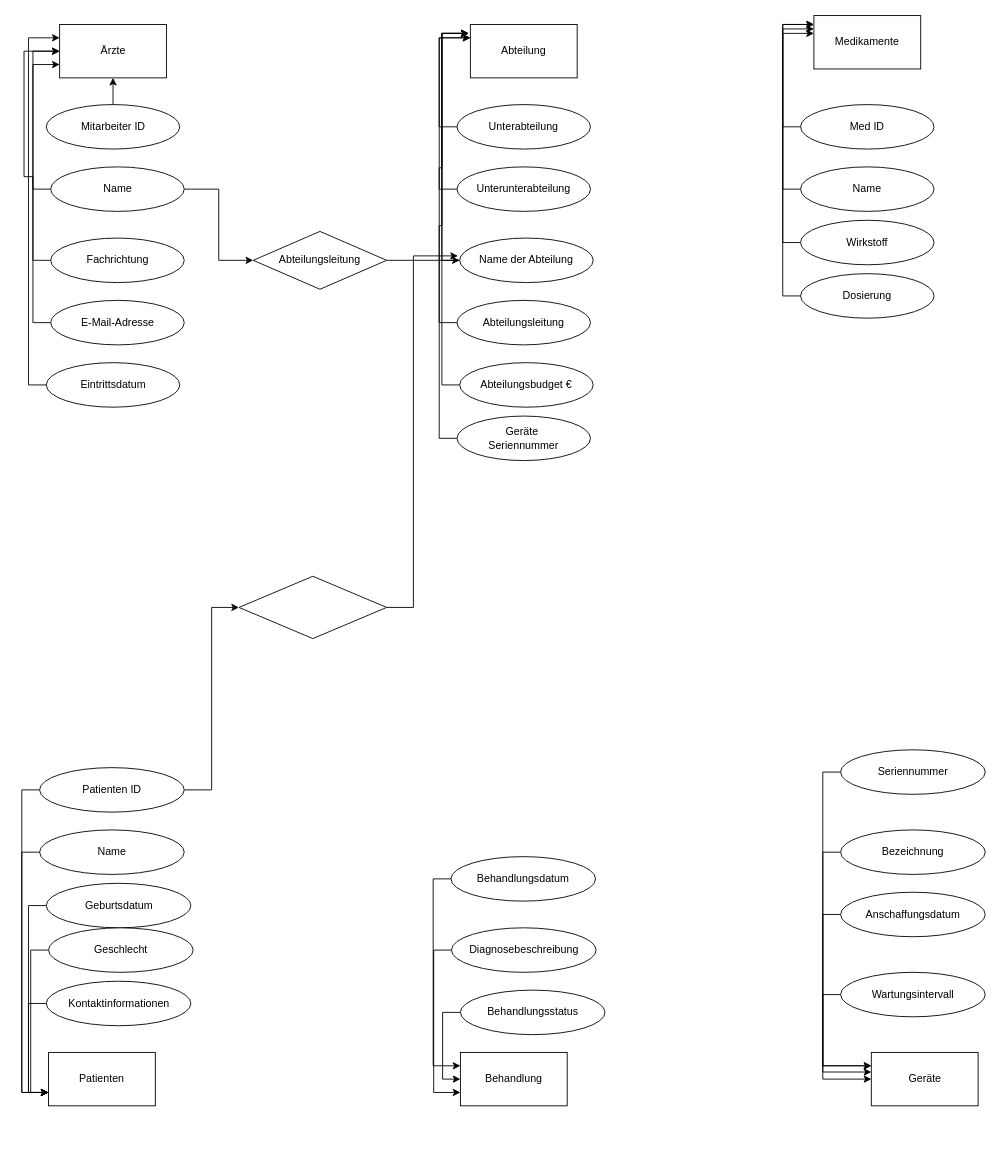
Above: aufgabe04/Aufgabe A.drawio in contraintuitiv/datenbanksysteme (draw.io), before the change. Source tidied: cells renumbered, new cells numbered last; positions are measured from the earlier drawing's top-left corner, leaving out a move shared by most shapes. Both pictures are drawn from the tidied source at 89%, with x=0, y=0 at pixel (23, 15).
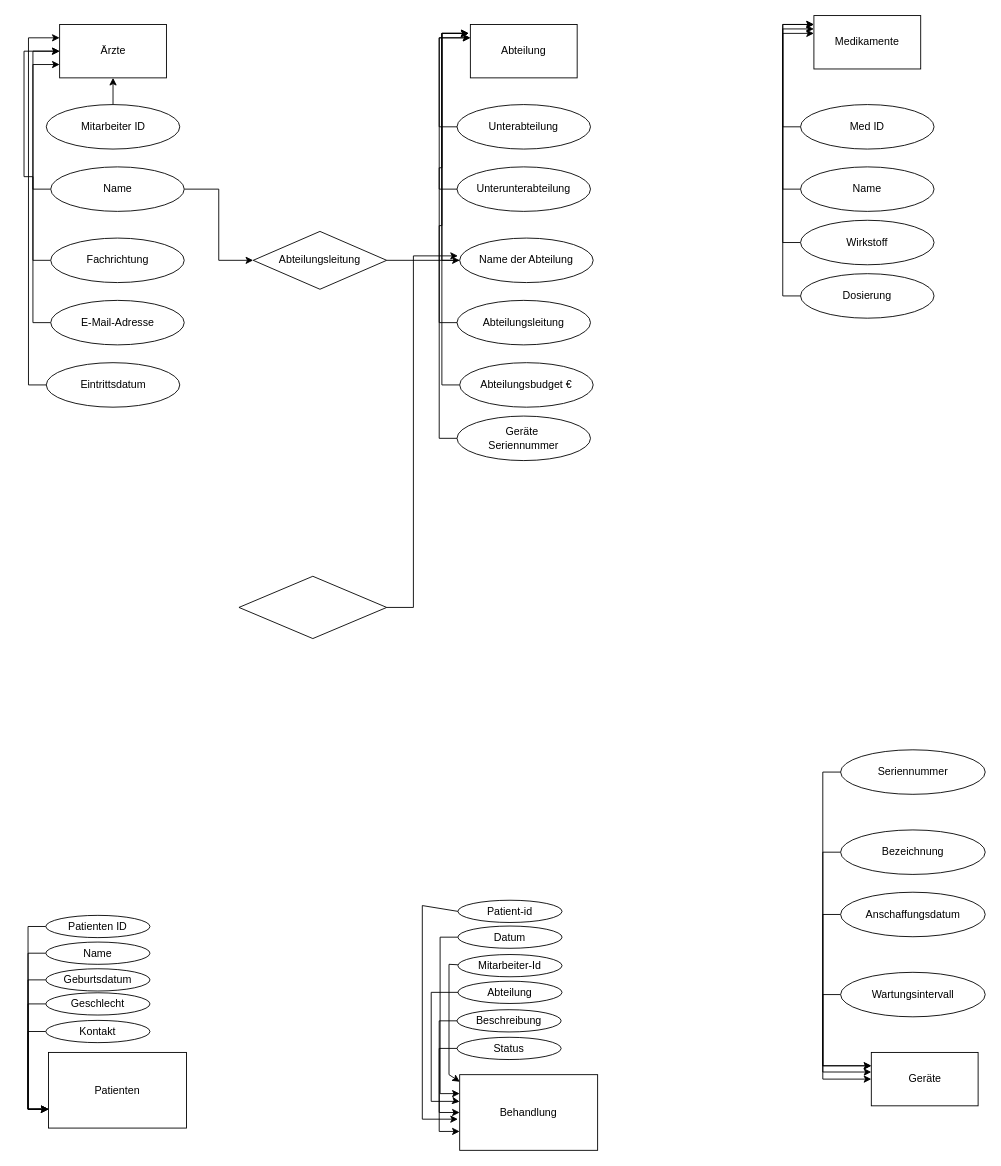
After the change.

Unchanged cells that the change refers to:
```xml
<mxCell id="67" style="rhombus;whiteSpace=wrap;html=1;" parent="1" vertex="1">
  <mxGeometry x="242" y="630" width="166" height="70" as="geometry" />
</mxCell>
```

What changed in the source:
```diff
@@
     <mxCell id="14" value="Patienten" style="rounded=0;whiteSpace=wrap;html=1;" parent="1" vertex="1">
-      <mxGeometry x="28" y="1165" width="120" height="60" as="geometry" />
+      <mxGeometry x="28" y="1165" width="155" height="85" as="geometry" />
     </mxCell>
@@
-    <mxCell id="16" style="edgeStyle=orthogonalEdgeStyle;rounded=0;jettySize=auto;html=1;exitX=1;exitY=0.5;exitDx=0;exitDy=0;entryX=0;entryY=0.5;entryDx=0;entryDy=0;" parent="1" edge="1" source="17" target="67">
-      <mxGeometry relative="1" as="geometry" />
-    </mxCell>
     <mxCell id="17" value="Patienten ID" style="ellipse;whiteSpace=wrap;html=1;" parent="1" vertex="1">
-      <mxGeometry x="18" y="845" width="162.5" height="50" as="geometry" />
+      <mxGeometry x="25" y="1011" width="117" height="25" as="geometry" />
     </mxCell>
@@
     <mxCell id="19" value="Name" style="ellipse;whiteSpace=wrap;html=1;" parent="1" vertex="1">
-      <mxGeometry x="18" y="915" width="162.5" height="50" as="geometry" />
+      <mxGeometry x="25" y="1041" width="117" height="25" as="geometry" />
     </mxCell>
@@
     <mxCell id="21" value="Geburtsdatum" style="ellipse;whiteSpace=wrap;html=1;" parent="1" vertex="1">
-      <mxGeometry x="25.5" y="975" width="162.5" height="50" as="geometry" />
+      <mxGeometry x="25" y="1071" width="117" height="25" as="geometry" />
     </mxCell>
@@
     <mxCell id="23" value="Geschlecht" style="ellipse;whiteSpace=wrap;html=1;" parent="1" vertex="1">
-      <mxGeometry x="28" y="1025" width="162.5" height="50" as="geometry" />
+      <mxGeometry x="25" y="1098" width="117" height="25" as="geometry" />
     </mxCell>
@@
-    <mxCell id="25" value="Kontaktinformationen" style="ellipse;whiteSpace=wrap;html=1;" parent="1" vertex="1">
-      <mxGeometry x="25.5" y="1085" width="162.5" height="50" as="geometry" />
+    <mxCell id="25" value="Kontakt" style="ellipse;whiteSpace=wrap;html=1;" parent="1" vertex="1">
+      <mxGeometry x="25" y="1129" width="117" height="25" as="geometry" />
     </mxCell>
     <mxCell id="26" value="Behandlung" style="rounded=0;whiteSpace=wrap;html=1;" parent="1" vertex="1">
-      <mxGeometry x="490.8" y="1165" width="120" height="60" as="geometry" />
+      <mxGeometry x="490" y="1190" width="155" height="85" as="geometry" />
     </mxCell>
@@
-    <mxCell id="28" value="Behandlungsdatum" style="ellipse;whiteSpace=wrap;html=1;" parent="1" vertex="1">
-      <mxGeometry x="480.2" y="945" width="162.5" height="50" as="geometry" />
+    <mxCell id="28" value="Datum" style="ellipse;whiteSpace=wrap;html=1;" parent="1" vertex="1">
+      <mxGeometry x="488" y="1023" width="117" height="25" as="geometry" />
     </mxCell>
@@
-    <mxCell id="30" value="Diagnosebeschreibung" style="ellipse;whiteSpace=wrap;html=1;" parent="1" vertex="1">
-      <mxGeometry x="480.8" y="1025" width="162.5" height="50" as="geometry" />
+    <mxCell id="30" value="Beschreibung" style="ellipse;whiteSpace=wrap;html=1;" parent="1" vertex="1">
+      <mxGeometry x="487" y="1117" width="117" height="25" as="geometry" />
     </mxCell>
@@
-    <mxCell id="32" value="Behandlungsstatus" style="ellipse;whiteSpace=wrap;html=1;" parent="1" vertex="1">
-      <mxGeometry x="490.8" y="1095" width="162.5" height="50" as="geometry" />
+    <mxCell id="32" value="Status" style="ellipse;whiteSpace=wrap;html=1;" parent="1" vertex="1">
+      <mxGeometry x="487" y="1148" width="117" height="25" as="geometry" />
     </mxCell>
@@
+    <mxCell id="68" value="Patient-id" style="ellipse;whiteSpace=wrap;html=1;" parent="1" vertex="1">
+      <mxGeometry x="488" y="994" width="117" height="25" as="geometry" />
+    </mxCell>
+    <mxCell id="69" style="endArrow=classic;html=1;rounded=0;exitX=0;exitY=0.5;exitDx=0;exitDy=0;" parent="1" edge="1" source="68">
+      <mxGeometry relative="1" as="geometry">
+        <mxPoint x="488" y="1240" as="targetPoint" />
+        <Array as="points">
+          <mxPoint x="448" y="1000" />
+          <mxPoint x="448" y="1240" />
+        </Array>
+      </mxGeometry>
+    </mxCell>
+    <mxCell id="70" value="Mitarbeiter-Id" style="ellipse;whiteSpace=wrap;html=1;" parent="1" vertex="1">
+      <mxGeometry x="488" y="1055" width="117" height="25" as="geometry" />
+    </mxCell>
+    <mxCell id="71" value="Abteilung" style="ellipse;whiteSpace=wrap;html=1;" parent="1" vertex="1">
+      <mxGeometry x="488" y="1085" width="117" height="25" as="geometry" />
+    </mxCell>
+    <mxCell id="72" style="edgeStyle=orthogonalEdgeStyle;rounded=0;orthogonalLoop=1;jettySize=auto;html=1;exitX=0;exitY=0.5;exitDx=0;exitDy=0;entryX=-0.001;entryY=0.424;entryDx=0;entryDy=0;entryPerimeter=0;" parent="1" edge="1">
+      <mxGeometry relative="1" as="geometry">
+        <mxPoint x="488.2" y="1097.5" as="sourcePoint" />
+        <mxPoint x="490" y="1220.3" as="targetPoint" />
+        <Array as="points">
+          <mxPoint x="458" y="1098" />
+          <mxPoint x="458" y="1220" />
+          <mxPoint x="488" y="1220" />
+        </Array>
+      </mxGeometry>
+    </mxCell>
+    <mxCell id="73" style="endArrow=classic;html=1;rounded=0;exitX=0;exitY=0.5;exitDx=0;exitDy=0;entryX=0.001;entryY=0.093;entryDx=0;entryDy=0;entryPerimeter=0;" parent="1" edge="1" target="26">
+      <mxGeometry relative="1" as="geometry">
+        <mxPoint x="488" y="1066.5" as="sourcePoint" />
+        <Array as="points">
+          <mxPoint x="478" y="1066" />
+          <mxPoint x="478" y="1190" />
+        </Array>
+      </mxGeometry>
+    </mxCell>
```
